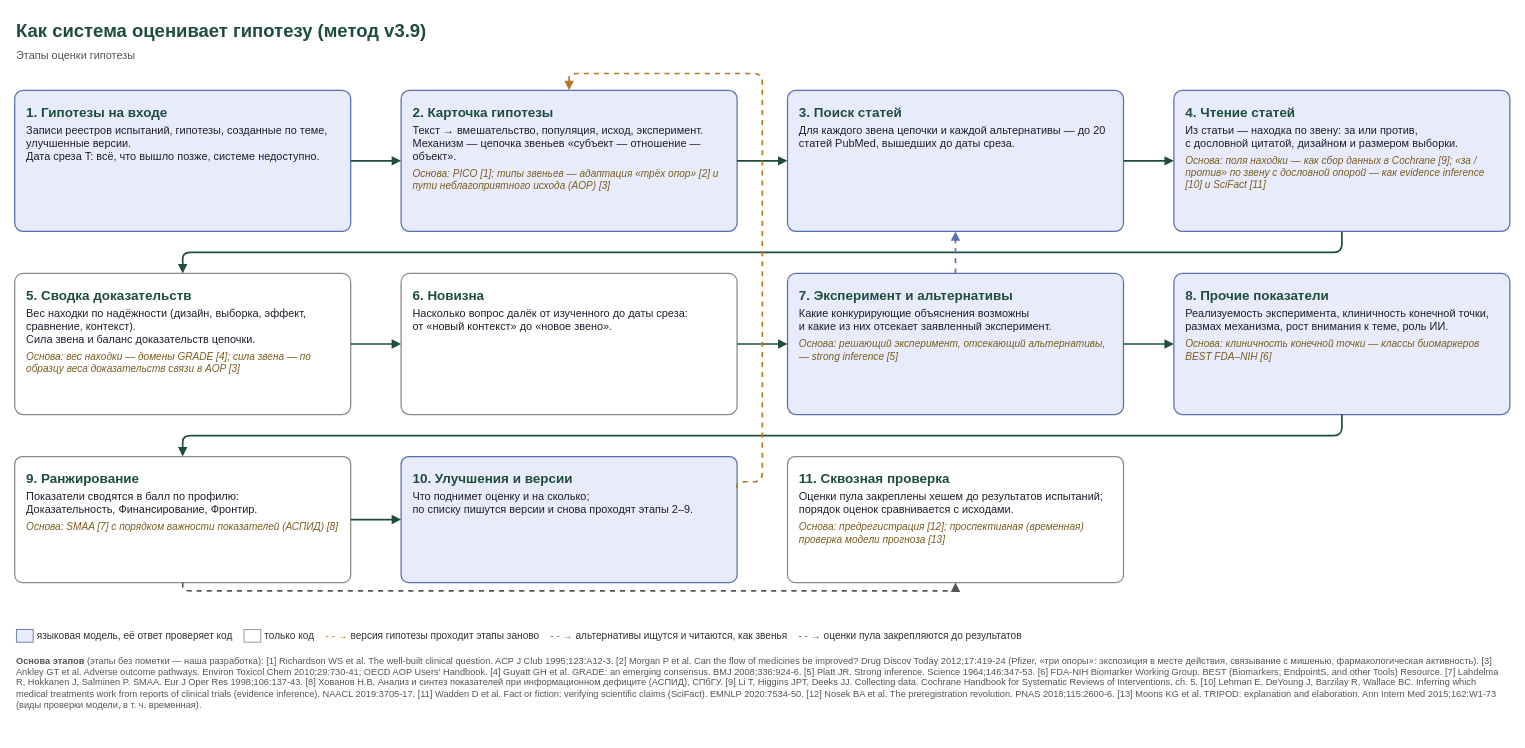
The draw.io diagram docs/system/flow_base.drawio in danrd/hyp-arena, before the edit. Source tidied: cells renumbered, new cells numbered last; positions are measured from the earlier drawing's top-left corner, leaving out a move shared by most shapes. Both pictures are drawn from the tidied source at 84%, with x=0, y=0 at pixel (14, 14).
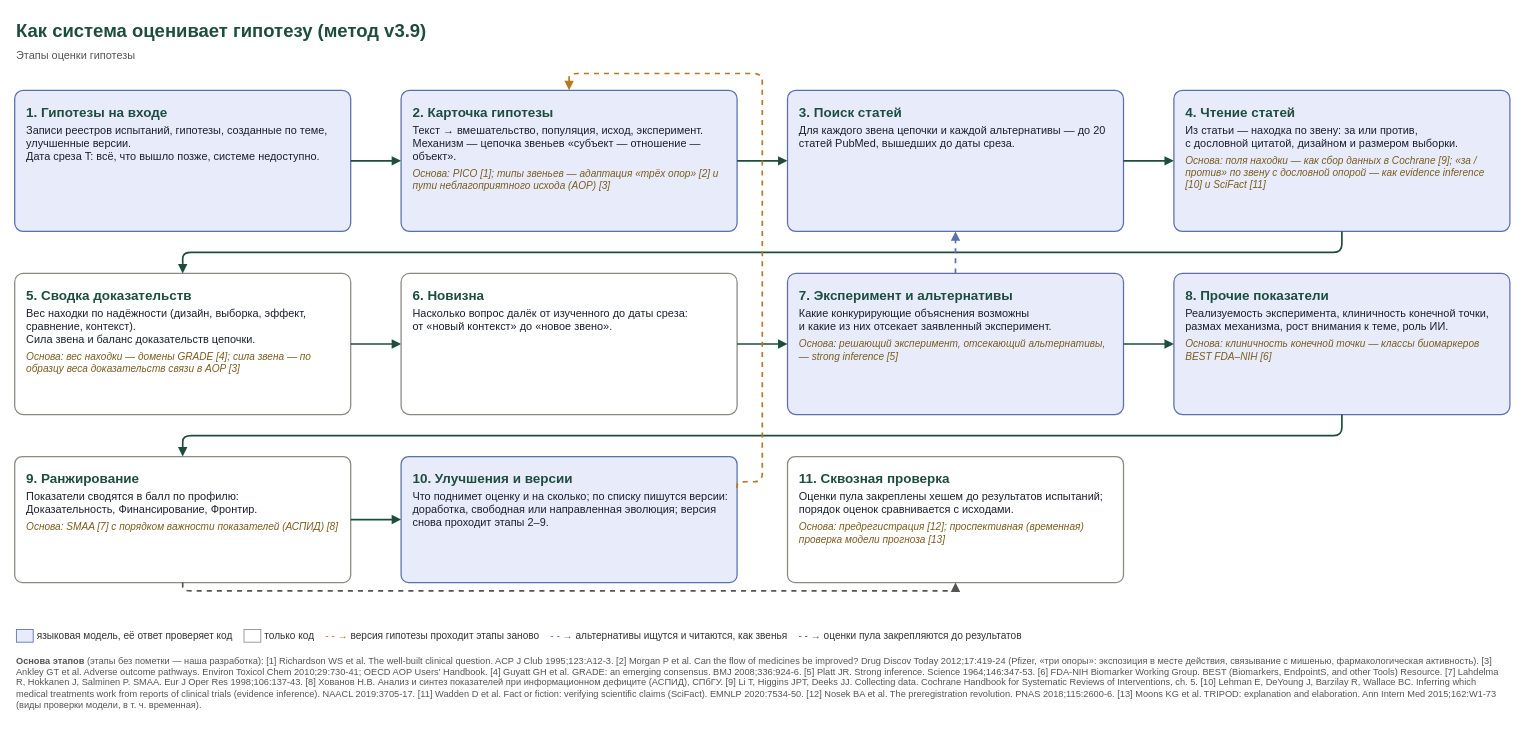
Above is the later version.

Commit message (it also covers changes not shown here):
Flow scheme, stage 10: the evolution modes (tune, free, directed, controlled) with what each may change; backlog: rule violations in the report, rule 6 by synonyms, the H49д judge

Diff of the diagram source:
```diff
@@
-    <mxCell id="12" value="&lt;div style='font-size:16px;color:#1E4D40'&gt;&lt;b&gt;10. Улучшения и версии&lt;/b&gt;&lt;/div&gt;&lt;div style='margin-top:4px'&gt;Что поднимет оценку и на сколько;&lt;br/&gt;по списку пишутся версии и снова проходят этапы 2–9.&lt;/div&gt;" style="rounded=1;arcSize=6;whiteSpace=wrap;html=1;fillColor=#E8ECFA;strokeColor=#5A6FB0;strokeWidth=1.5;fontSize=13;fontColor=#1A202C;align=left;verticalAlign=top;spacingLeft=12;spacingRight=10;spacingTop=10;" parent="1" vertex="1">
+    <mxCell id="12" value="&lt;div style='font-size:16px;color:#1E4D40'&gt;&lt;b&gt;10. Улучшения и версии&lt;/b&gt;&lt;/div&gt;&lt;div style='margin-top:4px'&gt;Что поднимет оценку и на сколько; по списку пишутся версии:&lt;br/&gt;доработка, свободная или направленная эволюция; версия снова проходит этапы 2–9.&lt;/div&gt;" style="rounded=1;arcSize=6;whiteSpace=wrap;html=1;fillColor=#E8ECFA;strokeColor=#5A6FB0;strokeWidth=1.5;fontSize=13;fontColor=#1A202C;align=left;verticalAlign=top;spacingLeft=12;spacingRight=10;spacingTop=10;" parent="1" vertex="1">
       <mxGeometry x="460" y="526" width="400" height="150" as="geometry" />
     </mxCell>
```
